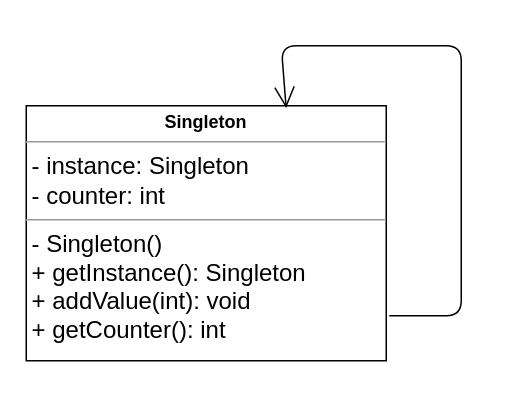
The draw.io diagram page "singleton_2" (2 of 2) of singleton.drawio in 04-SYS-II-ComCave/02_Design_Patterns, before the edit. Source tidied: cells renumbered, new cells numbered last; positions are measured from the earlier drawing's top-left corner, leaving out a move shared by most shapes. Both pictures are drawn from the tidied source at 150%, with x=0, y=0 at pixel (26, 45).
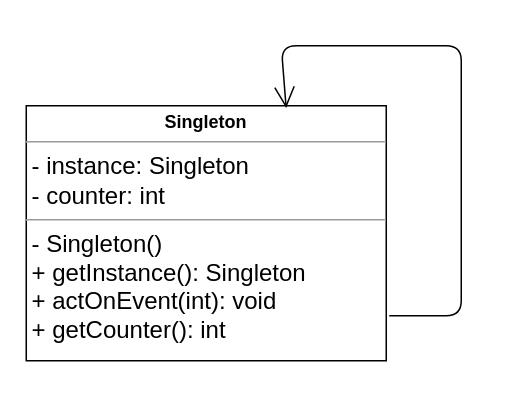
After the change.

Change to the diagram source:
```diff
@@
 <mxGraphModel>
   <root>
     <mxCell id="0" />
     <mxCell id="1" parent="0" />
-    <mxCell id="2" value="&lt;p style=&quot;margin: 0px ; margin-top: 4px ; text-align: center&quot;&gt;&lt;font style=&quot;font-size: 12px&quot;&gt;&lt;b&gt;Singleton&lt;/b&gt;&lt;/font&gt;&lt;/p&gt;&lt;hr size=&quot;1&quot;&gt;&lt;p style=&quot;margin: 0px ; margin-left: 4px&quot;&gt;&lt;font size=&quot;3&quot;&gt;- instance: Singleton&lt;/font&gt;&lt;/p&gt;&lt;p style=&quot;margin: 0px ; margin-left: 4px&quot;&gt;&lt;font size=&quot;3&quot;&gt;- counter: int&lt;/font&gt;&lt;/p&gt;&lt;hr size=&quot;1&quot;&gt;&lt;p style=&quot;margin: 0px ; margin-left: 4px&quot;&gt;&lt;font size=&quot;3&quot;&gt;- Singleton&lt;/font&gt;&lt;span style=&quot;font-size: medium&quot;&gt;()&lt;/span&gt;&lt;/p&gt;&lt;p style=&quot;margin: 0px ; margin-left: 4px&quot;&gt;&lt;font size=&quot;3&quot;&gt;+ getInstance(): Singleton&lt;br&gt;&lt;/font&gt;&lt;/p&gt;&lt;p style=&quot;margin: 0px ; margin-left: 4px&quot;&gt;&lt;font size=&quot;3&quot;&gt;+ addValue(int): void&lt;br&gt;&lt;/font&gt;&lt;/p&gt;&lt;p style=&quot;margin: 0px ; margin-left: 4px&quot;&gt;&lt;span style=&quot;font-size: medium&quot;&gt;+ getCounter(): int&lt;/span&gt;&lt;font size=&quot;3&quot;&gt;&lt;br&gt;&lt;/font&gt;&lt;/p&gt;&lt;p style=&quot;margin: 0px ; margin-left: 4px&quot;&gt;&lt;br&gt;&lt;/p&gt;&lt;p style=&quot;margin: 0px ; margin-left: 4px&quot;&gt;&lt;br&gt;&lt;/p&gt;" style="verticalAlign=top;align=left;overflow=fill;fontSize=12;fontFamily=Helvetica;html=1;" parent="1" vertex="1">
+    <mxCell id="2" value="&lt;p style=&quot;margin: 0px ; margin-top: 4px ; text-align: center&quot;&gt;&lt;font style=&quot;font-size: 12px&quot;&gt;&lt;b&gt;Singleton&lt;/b&gt;&lt;/font&gt;&lt;/p&gt;&lt;hr size=&quot;1&quot;&gt;&lt;p style=&quot;margin: 0px ; margin-left: 4px&quot;&gt;&lt;font size=&quot;3&quot;&gt;- instance: Singleton&lt;/font&gt;&lt;/p&gt;&lt;p style=&quot;margin: 0px ; margin-left: 4px&quot;&gt;&lt;font size=&quot;3&quot;&gt;- counter: int&lt;/font&gt;&lt;/p&gt;&lt;hr size=&quot;1&quot;&gt;&lt;p style=&quot;margin: 0px ; margin-left: 4px&quot;&gt;&lt;font size=&quot;3&quot;&gt;- Singleton&lt;/font&gt;&lt;span style=&quot;font-size: medium&quot;&gt;()&lt;/span&gt;&lt;/p&gt;&lt;p style=&quot;margin: 0px ; margin-left: 4px&quot;&gt;&lt;font size=&quot;3&quot;&gt;+ getInstance(): Singleton&lt;br&gt;&lt;/font&gt;&lt;/p&gt;&lt;p style=&quot;margin: 0px ; margin-left: 4px&quot;&gt;&lt;font size=&quot;3&quot;&gt;+ actOnEvent(int): void&lt;br&gt;&lt;/font&gt;&lt;/p&gt;&lt;p style=&quot;margin: 0px ; margin-left: 4px&quot;&gt;&lt;span style=&quot;font-size: medium&quot;&gt;+ getCounter(): int&lt;/span&gt;&lt;font size=&quot;3&quot;&gt;&lt;br&gt;&lt;/font&gt;&lt;/p&gt;&lt;p style=&quot;margin: 0px ; margin-left: 4px&quot;&gt;&lt;br&gt;&lt;/p&gt;&lt;p style=&quot;margin: 0px ; margin-left: 4px&quot;&gt;&lt;br&gt;&lt;/p&gt;" style="verticalAlign=top;align=left;overflow=fill;fontSize=12;fontFamily=Helvetica;html=1;" parent="1" vertex="1">
       <mxGeometry y="40" width="240" height="170" as="geometry" />
     </mxCell>
     <mxCell id="3" style="endArrow=open;endFill=1;endSize=12;html=1;entryX=0.722;entryY=0.009;entryDx=0;entryDy=0;entryPerimeter=0;" parent="1" edge="1" target="2">
       <mxGeometry relative="1" as="geometry">
         <mxPoint x="242" y="180" as="sourcePoint" />
         <Array as="points">
           <mxPoint x="290" y="180" />
           <mxPoint x="290" />
           <mxPoint x="170" />
         </Array>
       </mxGeometry>
     </mxCell>
     <mxCell id="4" style="edgeStyle=orthogonalEdgeStyle;rounded=0;orthogonalLoop=1;jettySize=auto;html=1;exitX=0.5;exitY=1;exitDx=0;exitDy=0;" parent="1" edge="1" source="2" target="2">
       <mxGeometry relative="1" as="geometry" />
     </mxCell>
   </root>
 </mxGraphModel>
```
